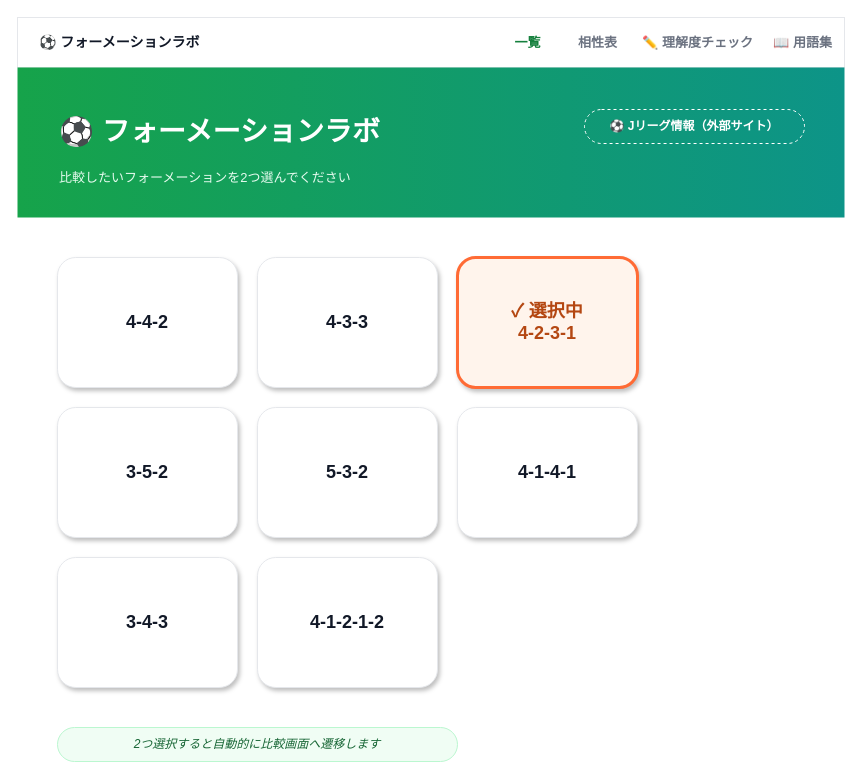
Before: page "wireframe-formation-list" (1 of 2) of docs/specs/2_basic-design/wireframes.drawio in n-yata/soccer-sim, a draw.io diagram. Source tidied: cells renumbered, new cells numbered last; positions are measured from the earlier drawing's top-left corner, leaving out a move shared by most shapes. Both pictures are drawn from the tidied source at 100%, with x=0, y=0 at pixel (17, 17).
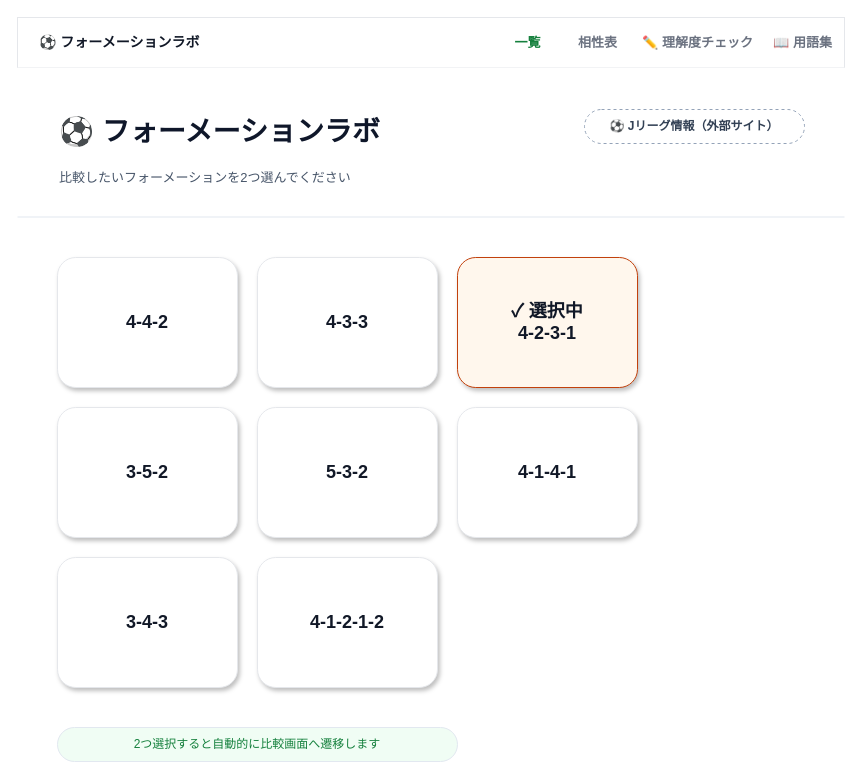
After the change.

What changed in the source:
```diff
@@
-    <mxCell id="8" style="rounded=0;whiteSpace=wrap;html=1;fillColor=#16A34A;gradientColor=#0D9488;gradientDirection=east;strokeColor=none;" parent="1" vertex="1">
+    <mxCell id="8" style="rounded=0;whiteSpace=wrap;html=1;fillColor=#FFFFFF;strokeColor=none;" parent="1" vertex="1">
       <mxGeometry y="50" width="827" height="150" as="geometry" />
     </mxCell>
+    <mxCell id="21" style="rounded=0;whiteSpace=wrap;html=1;fillColor=#E2E8F0;strokeColor=none;" parent="1" vertex="1">
+      <mxGeometry y="199" width="827" height="1" as="geometry" />
+    </mxCell>
-    <mxCell id="9" value="⚽ フォーメーションラボ" style="text;html=1;fontSize=28;fontStyle=1;align=left;verticalAlign=middle;fontColor=#FFFFFF;" parent="1" vertex="1">
+    <mxCell id="9" value="⚽ フォーメーションラボ" style="text;html=1;fontSize=28;fontStyle=1;align=left;verticalAlign=middle;fontColor=#0F172A;" parent="1" vertex="1">
       <mxGeometry x="40" y="92" width="500" height="44" as="geometry" />
     </mxCell>
-    <mxCell id="10" value="比較したいフォーメーションを2つ選んでください" style="text;html=1;fontSize=13;align=left;verticalAlign=middle;fontColor=#E6FBEF;" parent="1" vertex="1">
+    <mxCell id="10" value="比較したいフォーメーションを2つ選んでください" style="text;html=1;fontSize=13;align=left;verticalAlign=middle;fontColor=#475569;" parent="1" vertex="1">
       <mxGeometry x="40" y="145" width="600" height="30" as="geometry" />
     </mxCell>
-    <mxCell id="11" value="⚽ Jリーグ情報（外部サイト）" style="rounded=1;arcSize=50;whiteSpace=wrap;html=1;fillColor=none;strokeColor=#FFFFFF;dashed=1;fontSize=12;fontStyle=1;fontColor=#FFFFFF;" parent="1" vertex="1">
+    <mxCell id="11" value="⚽ Jリーグ情報（外部サイト）" style="rounded=1;arcSize=50;whiteSpace=wrap;html=1;fillColor=none;strokeColor=#94A3B8;dashed=1;fontSize=12;fontStyle=1;fontColor=#334155;" parent="1" vertex="1">
       <mxGeometry x="567" y="92" width="220" height="34" as="geometry" />
     </mxCell>
@@
-    <mxCell id="14" value="✓ 選択中&#10;4-2-3-1" style="rounded=1;arcSize=14;whiteSpace=wrap;html=1;fillColor=#FFF4EC;strokeColor=#FF6B35;strokeWidth=3;shadow=1;fontSize=18;fontStyle=1;fontColor=#B44712;" parent="1" vertex="1">
+    <mxCell id="14" value="✓ 選択中&#10;4-2-3-1" style="rounded=1;arcSize=14;whiteSpace=wrap;html=1;fillColor=#FFF7ED;strokeColor=#C2410C;strokeWidth=1;shadow=1;fontSize=18;fontStyle=1;fontColor=#111827;" parent="1" vertex="1">
       <mxGeometry x="440" y="240" width="180" height="130" as="geometry" />
     </mxCell>
@@
-    <mxCell id="20" value="2つ選択すると自動的に比較画面へ遷移します" style="rounded=1;arcSize=50;whiteSpace=wrap;html=1;fillColor=#F0FDF4;strokeColor=#BBF7D0;fontColor=#166534;fontSize=12;fontStyle=2;" parent="1" vertex="1">
+    <mxCell id="20" value="2つ選択すると自動的に比較画面へ遷移します" style="rounded=1;arcSize=50;whiteSpace=wrap;html=1;fillColor=#F0FDF4;strokeColor=#E2E8F0;fontColor=#15803D;fontSize=12;" parent="1" vertex="1">
       <mxGeometry x="40" y="710" width="400" height="34" as="geometry" />
     </mxCell>
```
